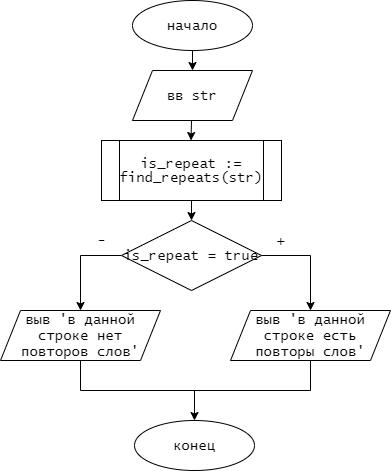
This is лр6/лр6(предопр.проц).png from Aprokun/-, a draw.io export, as it was before one commit. Source tidied: cells renumbered, new cells last; positions are measured from the earlier drawing's top-left corner, leaving out a move shared by most shapes.
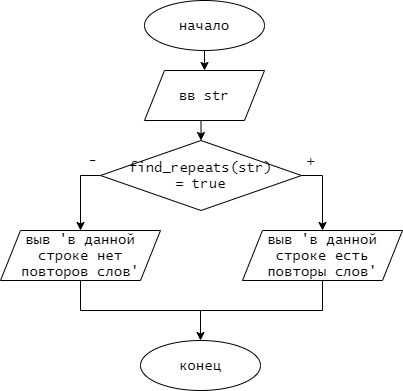
After the change.

Change to the diagram source:
```diff
@@ -11,33 +11,27 @@
     <mxCell id="4" value="вв str" style="shape=parallelogram;perimeter=parallelogramPerimeter;whiteSpace=wrap;html=1;fixedSize=1;fontFamily=Lucida Console;fontSize=14;" parent="1" vertex="1">
       <mxGeometry x="132" y="70" width="120" height="50" as="geometry" />
     </mxCell>
-    <mxCell id="5" style="edgeStyle=orthogonalEdgeStyle;rounded=0;orthogonalLoop=1;jettySize=auto;html=1;exitX=0.5;exitY=1;exitDx=0;exitDy=0;entryX=0.5;entryY=0;entryDx=0;entryDy=0;fontFamily=Lucida Console;fontSize=14;" parent="1" edge="1">
-      <mxGeometry relative="1" as="geometry">
-        <mxPoint x="191" y="120" as="sourcePoint" />
-        <mxPoint x="190.5" y="140" as="targetPoint" />
-      </mxGeometry>
-    </mxCell>
     <mxCell id="6" style="edgeStyle=orthogonalEdgeStyle;rounded=0;jettySize=auto;html=1;exitX=0.5;exitY=1;exitDx=0;exitDy=0;entryX=0.5;entryY=0;entryDx=0;entryDy=0;fontFamily=Lucida Console;fontSize=14;" parent="1" edge="1" source="7" target="9">
       <mxGeometry relative="1" as="geometry" />
     </mxCell>
     <mxCell id="7" value="выв 'в данной строке есть повторы слов'" style="shape=parallelogram;perimeter=parallelogramPerimeter;whiteSpace=wrap;html=1;fixedSize=1;fontFamily=Lucida Console;fontSize=14;" parent="1" vertex="1">
-      <mxGeometry x="230" y="310" width="160" height="50" as="geometry" />
+      <mxGeometry x="230" y="230" width="160" height="50" as="geometry" />
     </mxCell>
     <mxCell id="8" value="выв 'в данной строке нет повторов слов'" style="shape=parallelogram;perimeter=parallelogramPerimeter;whiteSpace=wrap;html=1;fixedSize=1;fontFamily=Lucida Console;fontSize=14;" parent="1" vertex="1">
-      <mxGeometry y="310" width="160" height="50" as="geometry" />
+      <mxGeometry x="-12" y="230" width="160" height="50" as="geometry" />
     </mxCell>
     <mxCell id="9" value="конец" style="ellipse;whiteSpace=wrap;html=1;fontFamily=Lucida Console;fontSize=14;" parent="1" vertex="1">
-      <mxGeometry x="134" y="420" width="120" height="50" as="geometry" />
+      <mxGeometry x="128" y="340" width="120" height="50" as="geometry" />
     </mxCell>
     <mxCell id="10" style="endArrow=none;html=1;fontFamily=Lucida Console;fontSize=14;exitX=0.5;exitY=1;exitDx=0;exitDy=0;" parent="1" edge="1" source="8">
       <mxGeometry relative="1" as="geometry">
-        <mxPoint x="80" y="390" as="targetPoint" />
+        <mxPoint x="68" y="310" as="targetPoint" />
       </mxGeometry>
     </mxCell>
     <mxCell id="11" style="endArrow=none;html=1;fontFamily=Lucida Console;fontSize=14;" parent="1" edge="1">
       <mxGeometry relative="1" as="geometry">
-        <mxPoint x="80" y="390" as="sourcePoint" />
-        <mxPoint x="200" y="390" as="targetPoint" />
+        <mxPoint x="68" y="310" as="sourcePoint" />
+        <mxPoint x="200" y="310" as="targetPoint" />
       </mxGeometry>
     </mxCell>
     <mxCell id="12" style="edgeStyle=orthogonalEdgeStyle;rounded=0;jettySize=auto;html=1;exitX=1;exitY=0.5;exitDx=0;exitDy=0;entryX=0.5;entryY=0;entryDx=0;entryDy=0;fontFamily=Lucida Console;fontSize=14;" parent="1" edge="1" source="14" target="7">
@@ -46,20 +40,19 @@
     <mxCell id="13" style="edgeStyle=orthogonalEdgeStyle;rounded=0;jettySize=auto;html=1;exitX=0;exitY=0.5;exitDx=0;exitDy=0;entryX=0.5;entryY=0;entryDx=0;entryDy=0;fontFamily=Lucida Console;fontSize=14;" parent="1" edge="1" source="14" target="8">
       <mxGeometry relative="1" as="geometry" />
     </mxCell>
-    <mxCell id="14" value="is_repeat = true" style="rhombus;whiteSpace=wrap;html=1;fontFamily=Lucida Console;fontSize=14;" parent="1" vertex="1">
-      <mxGeometry x="121" y="220" width="140" height="70" as="geometry" />
+    <mxCell id="14" value="find_repeats(str)&lt;br&gt;= true" style="rhombus;whiteSpace=wrap;html=1;fontFamily=Lucida Console;fontSize=14;" parent="1" vertex="1">
+      <mxGeometry x="88" y="140" width="201" height="70" as="geometry" />
     </mxCell>
     <mxCell id="15" value="+" style="text;html=1;align=center;verticalAlign=middle;fontSize=14;fontFamily=Lucida Console;" parent="1" vertex="1">
-      <mxGeometry x="271" y="230" width="20" height="20" as="geometry" />
+      <mxGeometry x="289" y="150" width="20" height="20" as="geometry" />
     </mxCell>
     <mxCell id="16" value="-" style="text;html=1;align=center;verticalAlign=middle;fontSize=14;fontFamily=Lucida Console;" parent="1" vertex="1">
-      <mxGeometry x="91" y="230" width="20" height="20" as="geometry" />
+      <mxGeometry x="70" y="150" width="20" height="20" as="geometry" />
     </mxCell>
-    <mxCell id="17" style="edgeStyle=orthogonalEdgeStyle;rounded=0;jettySize=auto;html=1;exitX=0.5;exitY=1;exitDx=0;exitDy=0;entryX=0.5;entryY=0;entryDx=0;entryDy=0;" parent="1" edge="1" source="18" target="14">
-      <mxGeometry relative="1" as="geometry" />
+    <mxCell id="17" style="edgeStyle=orthogonalEdgeStyle;rounded=0;jettySize=auto;html=1;exitX=0.5;exitY=1;exitDx=0;exitDy=0;entryX=0.5;entryY=0;entryDx=0;entryDy=0;" parent="1" edge="1" target="14">
+      <mxGeometry relative="1" as="geometry">
+        <mxPoint x="191" y="120" as="sourcePoint" />
+      </mxGeometry>
     </mxCell>
-    <mxCell id="18" value="&lt;font style=&quot;font-size: 14px&quot; face=&quot;Lucida Console&quot;&gt;is_repeat := find_repeats(str)&lt;/font&gt;" style="shape=process;whiteSpace=wrap;html=1;backgroundOutline=1;" parent="1" vertex="1">
-      <mxGeometry x="101" y="140" width="180" height="60" as="geometry" />
-    </mxCell>
   </root>
 </mxGraphModel>
```
